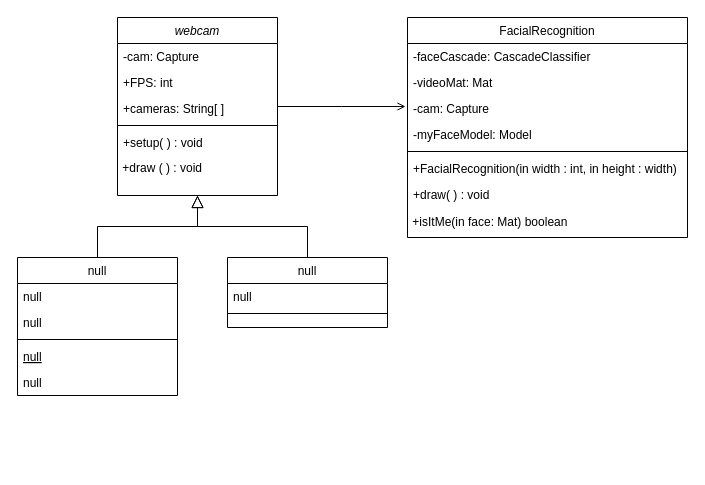
The draw.io diagram UML.drawio in Memin124/final_project, before the edit. Source tidied: cells renumbered, new cells numbered last; positions are measured from the earlier drawing's top-left corner, leaving out a move shared by most shapes. Both pictures are drawn from the tidied source at 100%, with x=0, y=0 at pixel (17, 17).
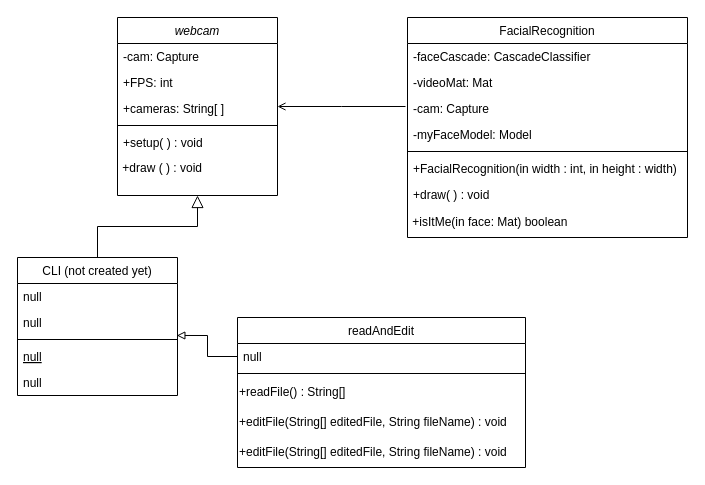
The same page after the edit.

Unchanged cells that the change refers to:
```xml
<mxCell id="2" value="webcam" style="swimlane;fontStyle=2;align=center;verticalAlign=top;horizontal=1;startSize=26;rounded=0;shadow=0;strokeWidth=1;" parent="1" vertex="1">
  <mxGeometry x="100" width="160" height="178" as="geometry" />
</mxCell>
<mxCell id="13" value="null" style="text;align=left;verticalAlign=top;spacingLeft=4;spacingRight=4;overflow=hidden;points=[[0,0.5],[1,0.5]];portConstraint=eastwest;fontStyle=4;" parent="9" vertex="1">
  <mxGeometry y="86" width="160" height="26" as="geometry" />
</mxCell>
```

The edit, as a diff of the source:
```diff
@@
-    <mxCell id="9" value="null" style="swimlane;fontStyle=0;align=center;verticalAlign=top;horizontal=1;startSize=26;rounded=0;shadow=0;strokeWidth=1;" parent="1" vertex="1">
+    <mxCell id="9" value="CLI (not created yet)" style="swimlane;fontStyle=0;align=center;verticalAlign=top;horizontal=1;startSize=26;rounded=0;shadow=0;strokeWidth=1;" parent="1" vertex="1">
       <mxGeometry y="240" width="160" height="138" as="geometry" />
     </mxCell>
@@
-    <mxCell id="16" value="null" style="swimlane;fontStyle=0;align=center;verticalAlign=top;horizontal=1;startSize=26;rounded=0;shadow=0;strokeWidth=1;" parent="1" vertex="1">
-      <mxGeometry x="210" y="240" width="160" height="70" as="geometry" />
+    <mxCell id="16" value="readAndEdit" style="swimlane;fontStyle=0;align=center;verticalAlign=top;horizontal=1;startSize=26;rounded=0;shadow=0;strokeWidth=1;" parent="1" vertex="1">
+      <mxGeometry x="220" y="300" width="288" height="150" as="geometry" />
     </mxCell>
     <mxCell id="17" value="null" style="text;align=left;verticalAlign=top;spacingLeft=4;spacingRight=4;overflow=hidden;points=[[0,0.5],[1,0.5]];portConstraint=eastwest;" parent="16" vertex="1">
-      <mxGeometry y="26" width="160" height="26" as="geometry" />
+      <mxGeometry y="26" width="288" height="26" as="geometry" />
     </mxCell>
     <mxCell id="18" style="line;html=1;strokeWidth=1;align=left;verticalAlign=middle;spacingTop=-1;spacingLeft=3;spacingRight=3;labelPosition=right;" parent="16" vertex="1">
-      <mxGeometry y="52" width="160" height="8" as="geometry" />
+      <mxGeometry y="52" width="288" height="8" as="geometry" />
     </mxCell>
-    <mxCell id="19" style="endArrow=block;endSize=10;endFill=0;shadow=0;strokeWidth=1;rounded=0;edgeStyle=elbowEdgeStyle;elbow=vertical;" parent="1" edge="1" source="16" target="2">
-      <mxGeometry relative="1" as="geometry" />
-    </mxCell>
+    <mxCell id="30" value="+readFile() : String[]" style="text;html=1;align=left;verticalAlign=middle;strokeColor=none;fillColor=none;" parent="16" vertex="1">
+      <mxGeometry y="60" width="288" height="30" as="geometry" />
+    </mxCell>
+    <mxCell id="31" value="+editFile(String[] editedFile, String fileName) : void" style="text;html=1;align=left;verticalAlign=middle;strokeColor=none;fillColor=none;" parent="16" vertex="1">
+      <mxGeometry y="90" width="288" height="30" as="geometry" />
+    </mxCell>
+    <mxCell id="32" value="+editFile(String[] editedFile, String fileName) : void" style="text;html=1;align=left;verticalAlign=middle;strokeColor=none;fillColor=none;" parent="16" vertex="1">
+      <mxGeometry y="120" width="288" height="30" as="geometry" />
+    </mxCell>
-    <mxCell id="20" style="endArrow=open;shadow=0;strokeWidth=1;rounded=0;endFill=1;edgeStyle=elbowEdgeStyle;elbow=vertical;" parent="1" edge="1" source="2">
+    <mxCell id="20" style="endArrow=none;shadow=0;strokeWidth=1;rounded=0;endFill=0;edgeStyle=elbowEdgeStyle;elbow=vertical;startArrow=open;startFill=0;" parent="1" edge="1" source="2">
       <mxGeometry x="0.5" y="41" relative="1" as="geometry">
         <mxPoint x="388" y="89" as="targetPoint" />
         <mxPoint x="-40" y="32" as="offset" />
       </mxGeometry>
     </mxCell>
@@
+    <mxCell id="33" style="edgeStyle=orthogonalEdgeStyle;rounded=0;jettySize=auto;html=1;exitX=0;exitY=0.5;exitDx=0;exitDy=0;entryX=0.996;entryY=-0.308;entryDx=0;entryDy=0;entryPerimeter=0;strokeColor=default;endArrow=block;endFill=0;" parent="1" edge="1" source="17" target="13">
+      <mxGeometry relative="1" as="geometry" />
+    </mxCell>
```
